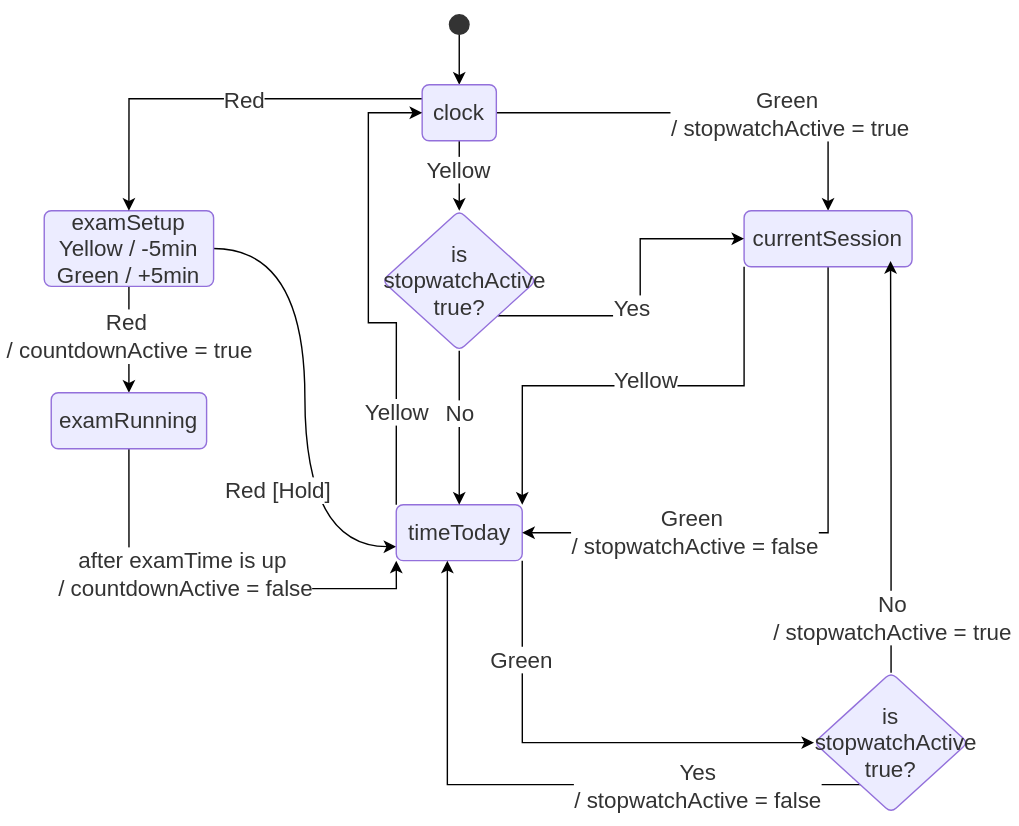
jamrock-shuffle/traffic-light-desk-timer keeps this draw.io diagram as state-diagram.drawio.svg. Above is the earlier version. Source tidied: cells renumbered, new cells last; positions are measured from the earlier drawing's top-left corner, leaving out a move shared by most shapes.
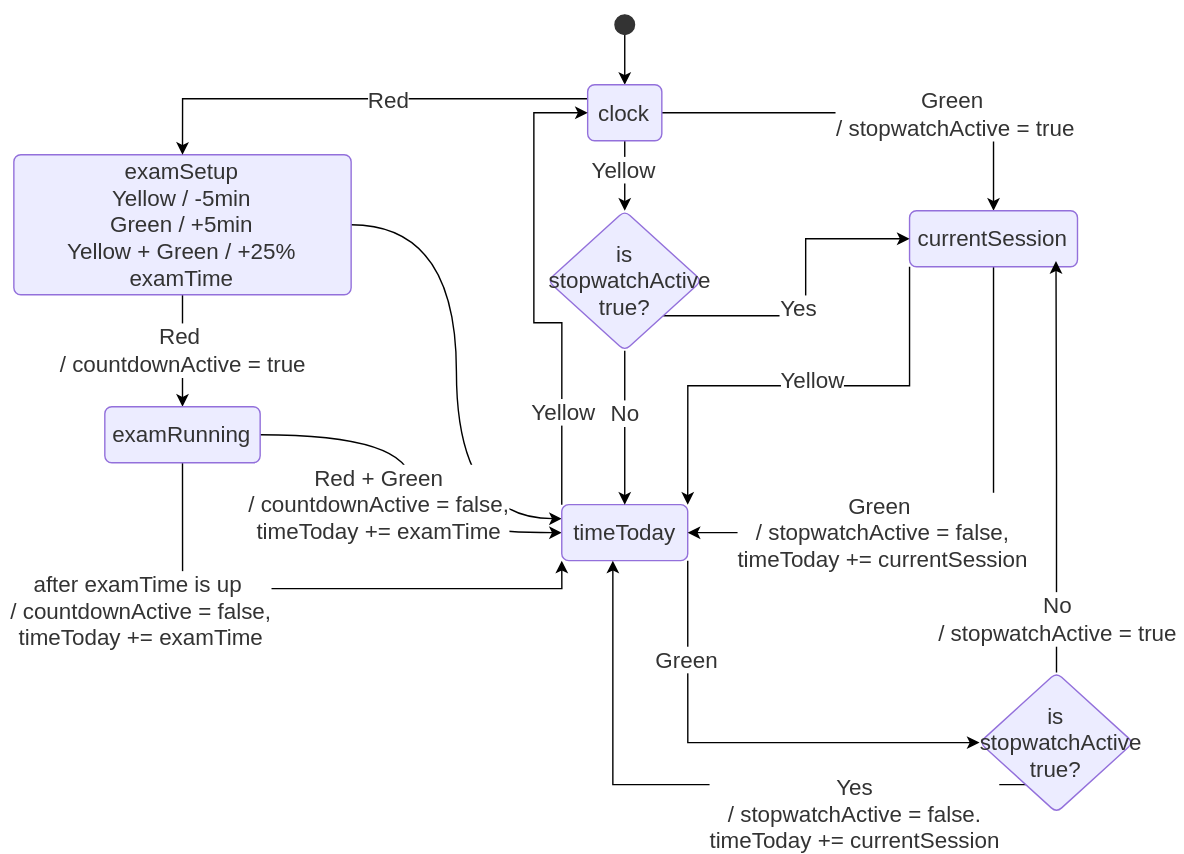
Above is the later version.

Commit message:
Update state diagram

Change to the diagram source:
```diff
@@ -3,7 +3,7 @@
     <mxCell id="0" />
     <mxCell id="1" parent="0" />
     <mxCell id="2" style="group;transparentBounds=1;editIcon=1;lockedGroup=0;groupPadding=10;" parent="1" vertex="1">
-      <mxGeometry width="511.5" height="250" as="geometry" />
+      <mxGeometry width="511.5" height="260" as="geometry" />
     </mxCell>
     <mxCell id="3" style="edgeStyle=orthogonalEdgeStyle;rounded=0;jettySize=auto;html=1;exitX=0.5;exitY=1;exitDx=0;exitDy=0;entryX=0.5;entryY=0;entryDx=0;entryDy=0;fontFamily=Trebuchet MS,Verdana,Arial,sans-serif;fontSize=16;fontColor=light-dark(#333333,#cccccc);" parent="2" edge="1" source="7" target="19">
       <mxGeometry relative="1" as="geometry" />
@@ -13,16 +13,11 @@
         <mxPoint x="-1" y="-12" as="offset" />
       </mxGeometry>
     </mxCell>
-    <mxCell id="5" style="edgeStyle=orthogonalEdgeStyle;rounded=0;jettySize=auto;html=1;exitX=1;exitY=0.5;exitDx=0;exitDy=0;fontFamily=Trebuchet MS,Verdana,Arial,sans-serif;fontSize=16;fontColor=light-dark(#333333,#cccccc);curved=1;entryX=0;entryY=0.75;entryDx=0;entryDy=0;" parent="2" edge="1" source="7" target="23">
+    <mxCell id="5" style="edgeStyle=orthogonalEdgeStyle;rounded=0;jettySize=auto;html=1;exitX=1;exitY=0.5;exitDx=0;exitDy=0;fontFamily=Trebuchet MS,Verdana,Arial,sans-serif;fontSize=16;fontColor=light-dark(#333333,#cccccc);curved=1;entryX=0;entryY=0.25;entryDx=0;entryDy=0;" parent="2" edge="1" source="7" target="23">
       <mxGeometry relative="1" as="geometry" />
     </mxCell>
-    <mxCell id="6" value="Red [Hold]" style="edgeLabel;html=1;align=center;verticalAlign=middle;fontFamily=Trebuchet MS,Verdana,Arial,sans-serif;fontSize=16;fontColor=light-dark(#333333,#cccccc);" parent="5" vertex="1">
-      <mxGeometry x="0.04" y="-2" relative="1" as="geometry">
-        <mxPoint x="-18" y="59" as="offset" />
-      </mxGeometry>
-    </mxCell>
-    <mxCell id="7" value="&lt;div&gt;examSetup&lt;/div&gt;&lt;div&gt;Yellow / -5min&lt;/div&gt;Green / +5min" style="rounded=1;absoluteArcSize=1;arcSize=10;html=1;whiteSpace=wrap;strokeWidth=1;fillColor=light-dark(#ECECFF,#1f2020);strokeColor=light-dark(#9370DB,#cccccc);fontColor=light-dark(#333333,#cccccc);fontFamily=Trebuchet MS,Verdana,Arial,sans-serif;fontSize=16;" parent="2" vertex="1">
-      <mxGeometry x="40" y="150" width="121" height="54" as="geometry" />
+    <mxCell id="7" value="&lt;div&gt;examSetup&lt;/div&gt;&lt;div&gt;Yellow / -5min&lt;/div&gt;&lt;div&gt;Green / +5min&lt;/div&gt;&lt;div&gt;&lt;font&gt;Yellow + Green / +25% examTime&lt;/font&gt;&lt;/div&gt;" style="rounded=1;absoluteArcSize=1;arcSize=10;html=1;whiteSpace=wrap;strokeWidth=1;fillColor=light-dark(#ECECFF,#1f2020);strokeColor=light-dark(#9370DB,#cccccc);fontColor=light-dark(#333333,#cccccc);fontFamily=Trebuchet MS,Verdana,Arial,sans-serif;fontSize=16;" parent="2" vertex="1">
+      <mxGeometry x="-100" y="110" width="241" height="100" as="geometry" />
     </mxCell>
     <mxCell id="8" style="edgeStyle=orthogonalEdgeStyle;rounded=0;jettySize=auto;html=1;exitX=0.5;exitY=1;exitDx=0;exitDy=0;entryX=0.5;entryY=0;entryDx=0;entryDy=0;" parent="2" edge="1" source="9" target="16">
       <mxGeometry relative="1" as="geometry">
@@ -64,13 +59,21 @@
     <mxCell id="17" style="edgeStyle=orthogonalEdgeStyle;rounded=0;jettySize=auto;html=1;exitX=0.5;exitY=1;exitDx=0;exitDy=0;fontFamily=Trebuchet MS,Verdana,Arial,sans-serif;fontSize=16;fontColor=light-dark(#333333,#cccccc);curved=0;entryX=0;entryY=1;entryDx=0;entryDy=0;" parent="2" edge="1" source="19" target="23">
       <mxGeometry relative="1" as="geometry" />
     </mxCell>
-    <mxCell id="18" value="&lt;div&gt;after examTime is up&amp;nbsp;&lt;/div&gt;&lt;div&gt;/ countdownActive = false&lt;/div&gt;" style="edgeLabel;html=1;align=center;verticalAlign=middle;fontFamily=Trebuchet MS,Verdana,Arial,sans-serif;fontSize=16;fontColor=light-dark(#333333,#cccccc);" parent="17" vertex="1">
+    <mxCell id="18" value="&lt;div&gt;after examTime is up&amp;nbsp;&lt;/div&gt;&lt;div&gt;/ countdownActive = false,&lt;/div&gt;&lt;div&gt;timeToday += examTime&lt;/div&gt;" style="edgeLabel;html=1;align=center;verticalAlign=middle;fontFamily=Trebuchet MS,Verdana,Arial,sans-serif;fontSize=16;fontColor=light-dark(#333333,#cccccc);" parent="17" vertex="1">
       <mxGeometry x="-0.56" y="1" relative="1" as="geometry">
-        <mxPoint x="39" y="22" as="offset" />
+        <mxPoint x="-32" y="22" as="offset" />
       </mxGeometry>
     </mxCell>
+    <mxCell id="40" style="edgeStyle=orthogonalEdgeStyle;rounded=0;jettySize=auto;html=1;exitX=1;exitY=0.5;exitDx=0;exitDy=0;entryX=0;entryY=0.5;entryDx=0;entryDy=0;fontFamily=Trebuchet MS,Verdana,Arial,sans-serif;fontSize=16;fontColor=light-dark(#333333,#cccccc);curved=1;" parent="2" edge="1" source="19" target="23">
+      <mxGeometry relative="1" as="geometry" />
+    </mxCell>
+    <mxCell id="41" value="&lt;div&gt;Red + Green&lt;/div&gt;&lt;div&gt;/ countdownActive = false,&lt;/div&gt;&lt;div&gt;timeToday += examTime&lt;/div&gt;" style="edgeLabel;html=1;align=center;verticalAlign=middle;fontFamily=Trebuchet MS,Verdana,Arial,sans-serif;fontSize=16;fontColor=light-dark(#333333,#cccccc);" parent="40" vertex="1">
+      <mxGeometry x="-0.21" relative="1" as="geometry">
+        <mxPoint x="-24" y="44" as="offset" />
+      </mxGeometry>
+    </mxCell>
     <mxCell id="19" value="examRunning" style="rounded=1;absoluteArcSize=1;arcSize=10;html=1;whiteSpace=wrap;strokeWidth=1;fillColor=light-dark(#ECECFF,#1f2020);strokeColor=light-dark(#9370DB,#cccccc);fontColor=light-dark(#333333,#cccccc);fontFamily=Trebuchet MS,Verdana,Arial,sans-serif;fontSize=16;" parent="2" vertex="1">
-      <mxGeometry x="45" y="280" width="111" height="40" as="geometry" />
+      <mxGeometry x="-35" y="290" width="111" height="40" as="geometry" />
     </mxCell>
     <mxCell id="20" style="edgeStyle=orthogonalEdgeStyle;rounded=0;jettySize=auto;html=1;exitX=1;exitY=1;exitDx=0;exitDy=0;entryX=0;entryY=0.5;entryDx=0;entryDy=0;fontFamily=Trebuchet MS,Verdana,Arial,sans-serif;fontSize=16;fontColor=light-dark(#333333,#cccccc);curved=0;" parent="2" edge="1" source="23" target="37">
       <mxGeometry relative="1" as="geometry" />
@@ -102,8 +105,10 @@
         <mxPoint x="-199" y="91" as="offset" />
       </mxGeometry>
     </mxCell>
-    <mxCell id="28" value="&lt;div&gt;Green&amp;nbsp;&lt;/div&gt;&lt;div&gt;/ stopwatchActive = false&lt;/div&gt;" style="edgeLabel;html=1;align=center;verticalAlign=middle;fontFamily=Trebuchet MS,Verdana,Arial,sans-serif;fontSize=16;fontColor=light-dark(#333333,#cccccc);" parent="26" vertex="1">
-      <mxGeometry x="0.4" y="-1" relative="1" as="geometry" />
+    <mxCell id="28" value="&lt;div&gt;Green&amp;nbsp;&lt;/div&gt;&lt;div&gt;/ stopwatchActive = false,&lt;/div&gt;&lt;div&gt;timeToday += currentSession&lt;/div&gt;" style="edgeLabel;html=1;align=center;verticalAlign=middle;fontFamily=Trebuchet MS,Verdana,Arial,sans-serif;fontSize=16;fontColor=light-dark(#333333,#cccccc);" parent="26" vertex="1">
+      <mxGeometry x="0.4" y="-1" relative="1" as="geometry">
+        <mxPoint x="16" as="offset" />
+      </mxGeometry>
     </mxCell>
     <mxCell id="29" value="currentSession" style="rounded=1;absoluteArcSize=1;arcSize=10;html=1;whiteSpace=wrap;strokeWidth=1;fillColor=light-dark(#ECECFF,#1f2020);strokeColor=light-dark(#9370DB,#cccccc);fontColor=light-dark(#333333,#cccccc);fontFamily=Trebuchet MS,Verdana,Arial,sans-serif;fontSize=16;" parent="2" vertex="1">
       <mxGeometry x="540" y="150" width="120" height="40" as="geometry" />
@@ -135,8 +140,10 @@
         </Array>
       </mxGeometry>
     </mxCell>
-    <mxCell id="36" value="&lt;div&gt;Yes&lt;/div&gt;&lt;div&gt;/ stopwatchActive = false&lt;/div&gt;" style="edgeLabel;html=1;align=center;verticalAlign=middle;fontFamily=Trebuchet MS,Verdana,Arial,sans-serif;fontSize=16;fontColor=light-dark(#333333,#cccccc);" parent="35" vertex="1">
-      <mxGeometry x="-0.26" relative="1" as="geometry" />
+    <mxCell id="36" value="&lt;div&gt;Yes&lt;/div&gt;&lt;div&gt;/ stopwatchActive = false.&lt;/div&gt;&lt;div&gt;timeToday += currentSession&lt;/div&gt;" style="edgeLabel;html=1;align=center;verticalAlign=middle;fontFamily=Trebuchet MS,Verdana,Arial,sans-serif;fontSize=16;fontColor=light-dark(#333333,#cccccc);" parent="35" vertex="1">
+      <mxGeometry x="-0.26" relative="1" as="geometry">
+        <mxPoint x="-7" y="20" as="offset" />
+      </mxGeometry>
     </mxCell>
     <mxCell id="37" value="is stopwatchActive true?&lt;div&gt;&lt;br&gt;&lt;/div&gt;" style="rhombus;whiteSpace=wrap;html=1;shapeInside=1;rounded=1;strokeColor=light-dark(#9370DB,#cccccc);strokeWidth=1;align=center;verticalAlign=middle;arcSize=10;absoluteArcSize=1;fontFamily=Trebuchet MS,Verdana,Arial,sans-serif;fontSize=16;fontColor=light-dark(#333333,#cccccc);fillColor=light-dark(#ECECFF,#1f2020);" parent="2" vertex="1">
       <mxGeometry x="590" y="480" width="110" height="100" as="geometry" />
```
